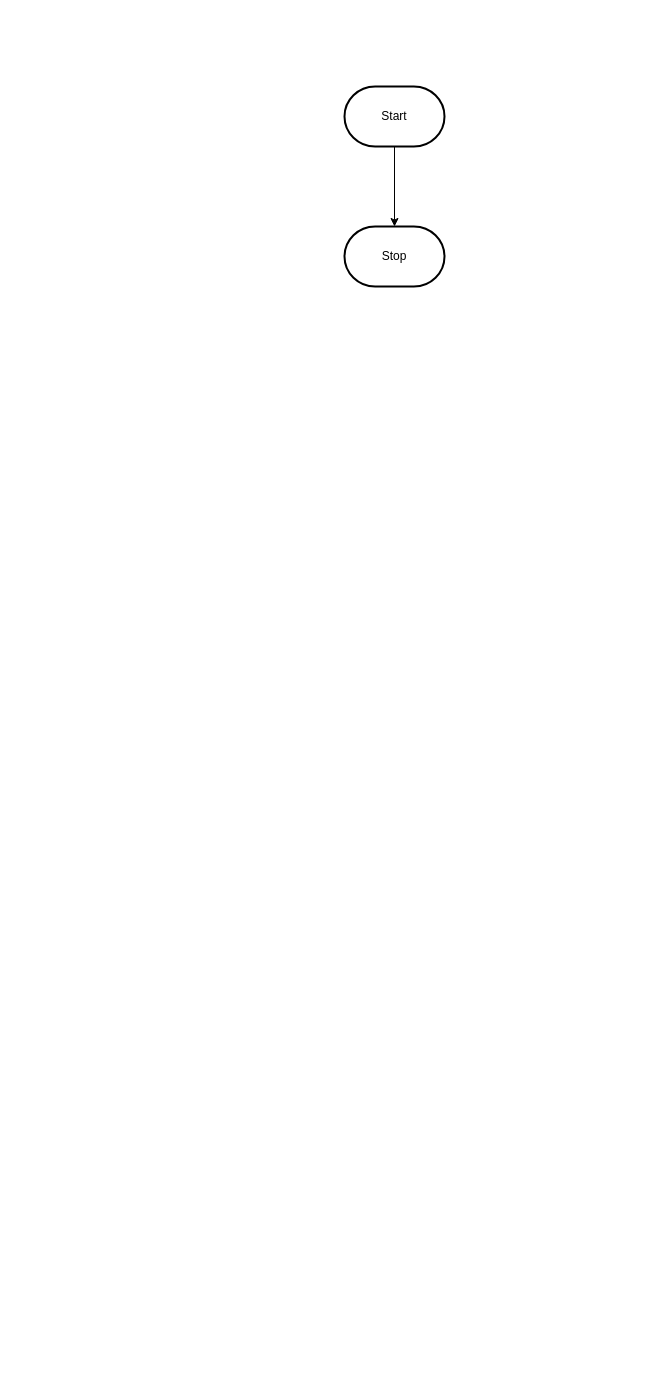
MTHS-TEJ2O-1-2023/TEJ2O-Unit-2-12-michael-bruneau keeps this draw.io diagram as design/flowchart.drawio. Above is the earlier version. Source tidied: cells renumbered, new cells numbered last; positions are measured from the earlier drawing's top-left corner, leaving out a move shared by most shapes. Both pictures are drawn from the tidied source at 100%, with x=0, y=0 at pixel (344, 86).
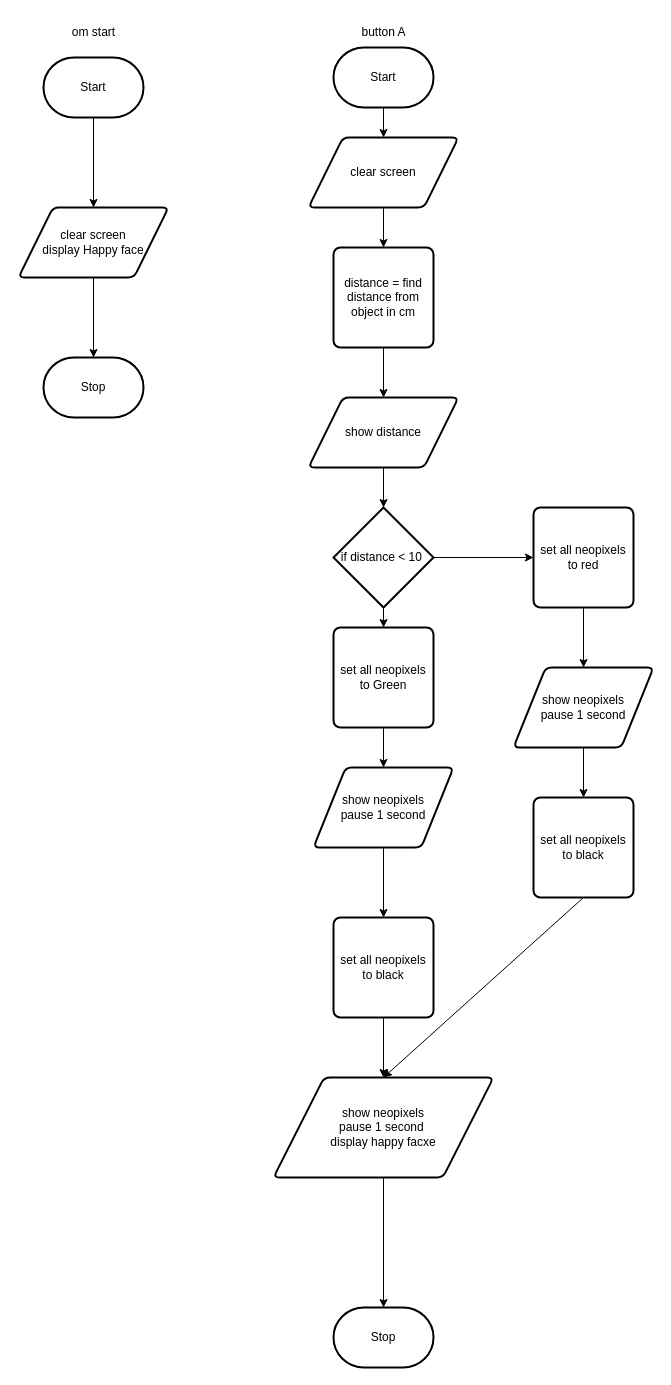
After the change.

The edit, as a diff of the source:
```diff
@@
-    <mxCell id="2" style="edgeStyle=orthogonalEdgeStyle;html=1;rounded=0;" parent="1" edge="1" source="3" target="4">
-      <mxGeometry relative="1" as="geometry" />
-    </mxCell>
+    <mxCell id="5" style="edgeStyle=none;html=1;exitX=0.5;exitY=1;exitDx=0;exitDy=0;exitPerimeter=0;" parent="1" edge="1" source="3" target="8">
+      <mxGeometry relative="1" as="geometry" />
+    </mxCell>
     <mxCell id="3" value="Start" style="strokeWidth=2;html=1;shape=mxgraph.flowchart.terminator;whiteSpace=wrap;" parent="1" vertex="1">
-      <mxGeometry width="100" height="60" as="geometry" />
+      <mxGeometry x="-301" y="-29" width="100" height="60" as="geometry" />
     </mxCell>
     <mxCell id="4" value="Stop" style="strokeWidth=2;html=1;shape=mxgraph.flowchart.terminator;whiteSpace=wrap;" parent="1" vertex="1">
-      <mxGeometry y="140" width="100" height="60" as="geometry" />
+      <mxGeometry x="-301" y="271" width="100" height="60" as="geometry" />
     </mxCell>
+    <mxCell id="6" value="om start" style="text;html=1;align=center;verticalAlign=middle;strokeColor=none;fillColor=none;" parent="1" vertex="1">
+      <mxGeometry x="-286" y="-69" width="70" height="30" as="geometry" />
+    </mxCell>
+    <mxCell id="7" style="edgeStyle=none;html=1;exitX=0.5;exitY=1;exitDx=0;exitDy=0;entryX=0.5;entryY=0;entryDx=0;entryDy=0;entryPerimeter=0;" parent="1" edge="1" source="8" target="4">
+      <mxGeometry relative="1" as="geometry" />
+    </mxCell>
+    <mxCell id="8" value="clear screen&lt;br&gt;display Happy face" style="shape=parallelogram;html=1;strokeWidth=2;perimeter=parallelogramPerimeter;whiteSpace=wrap;rounded=1;arcSize=12;size=0.23;" parent="1" vertex="1">
+      <mxGeometry x="-326" y="121" width="150" height="70" as="geometry" />
+    </mxCell>
+    <mxCell id="9" style="edgeStyle=none;html=1;exitX=0.5;exitY=1;exitDx=0;exitDy=0;exitPerimeter=0;" parent="1" edge="1" source="10" target="13">
+      <mxGeometry relative="1" as="geometry" />
+    </mxCell>
+    <mxCell id="10" value="Start" style="strokeWidth=2;html=1;shape=mxgraph.flowchart.terminator;whiteSpace=wrap;" parent="1" vertex="1">
+      <mxGeometry x="-11" y="-39" width="100" height="60" as="geometry" />
+    </mxCell>
+    <mxCell id="11" value="Stop" style="strokeWidth=2;html=1;shape=mxgraph.flowchart.terminator;whiteSpace=wrap;" parent="1" vertex="1">
+      <mxGeometry x="-11" y="1221" width="100" height="60" as="geometry" />
+    </mxCell>
+    <mxCell id="12" style="edgeStyle=none;html=1;exitX=0.5;exitY=1;exitDx=0;exitDy=0;" parent="1" edge="1" source="13" target="16">
+      <mxGeometry relative="1" as="geometry" />
+    </mxCell>
+    <mxCell id="13" value="clear screen" style="shape=parallelogram;html=1;strokeWidth=2;perimeter=parallelogramPerimeter;whiteSpace=wrap;rounded=1;arcSize=12;size=0.23;" parent="1" vertex="1">
+      <mxGeometry x="-36" y="51" width="150" height="70" as="geometry" />
+    </mxCell>
+    <mxCell id="14" value="button A" style="text;html=1;align=center;verticalAlign=middle;strokeColor=none;fillColor=none;" parent="1" vertex="1">
+      <mxGeometry x="4" y="-69" width="70" height="30" as="geometry" />
+    </mxCell>
+    <mxCell id="15" style="edgeStyle=none;html=1;exitX=0.5;exitY=1;exitDx=0;exitDy=0;" parent="1" edge="1" source="16" target="18">
+      <mxGeometry relative="1" as="geometry" />
+    </mxCell>
+    <mxCell id="16" value="distance = find distance from object in cm" style="rounded=1;whiteSpace=wrap;html=1;absoluteArcSize=1;arcSize=14;strokeWidth=2;" parent="1" vertex="1">
+      <mxGeometry x="-11" y="161" width="100" height="100" as="geometry" />
+    </mxCell>
+    <mxCell id="17" style="edgeStyle=none;html=1;exitX=0.5;exitY=1;exitDx=0;exitDy=0;" parent="1" edge="1" source="18" target="21">
+      <mxGeometry relative="1" as="geometry" />
+    </mxCell>
+    <mxCell id="18" value="show distance" style="shape=parallelogram;html=1;strokeWidth=2;perimeter=parallelogramPerimeter;whiteSpace=wrap;rounded=1;arcSize=12;size=0.23;" parent="1" vertex="1">
+      <mxGeometry x="-36" y="311" width="150" height="70" as="geometry" />
+    </mxCell>
+    <mxCell id="19" style="edgeStyle=none;html=1;exitX=0.5;exitY=1;exitDx=0;exitDy=0;exitPerimeter=0;" parent="1" edge="1" source="21" target="27">
+      <mxGeometry relative="1" as="geometry" />
+    </mxCell>
+    <mxCell id="20" style="edgeStyle=none;html=1;exitX=1;exitY=0.5;exitDx=0;exitDy=0;exitPerimeter=0;" parent="1" edge="1" source="21" target="23">
+      <mxGeometry relative="1" as="geometry" />
+    </mxCell>
+    <mxCell id="21" value="if distance &amp;lt; 10&amp;nbsp;" style="strokeWidth=2;html=1;shape=mxgraph.flowchart.decision;whiteSpace=wrap;" parent="1" vertex="1">
+      <mxGeometry x="-11" y="421" width="100" height="100" as="geometry" />
+    </mxCell>
+    <mxCell id="22" style="edgeStyle=none;html=1;" parent="1" edge="1" source="23" target="25">
+      <mxGeometry relative="1" as="geometry" />
+    </mxCell>
+    <mxCell id="23" value="set all neopixels to red" style="rounded=1;whiteSpace=wrap;html=1;absoluteArcSize=1;arcSize=14;strokeWidth=2;" parent="1" vertex="1">
+      <mxGeometry x="189" y="421" width="100" height="100" as="geometry" />
+    </mxCell>
+    <mxCell id="24" style="edgeStyle=none;html=1;exitX=0.5;exitY=1;exitDx=0;exitDy=0;" parent="1" edge="1" source="25" target="31">
+      <mxGeometry relative="1" as="geometry" />
+    </mxCell>
+    <mxCell id="25" value="show neopixels&lt;br&gt;pause 1 second" style="shape=parallelogram;html=1;strokeWidth=2;perimeter=parallelogramPerimeter;whiteSpace=wrap;rounded=1;arcSize=12;size=0.23;" parent="1" vertex="1">
+      <mxGeometry x="169" y="581" width="140" height="80" as="geometry" />
+    </mxCell>
+    <mxCell id="26" style="edgeStyle=none;html=1;exitX=0.5;exitY=1;exitDx=0;exitDy=0;entryX=0.5;entryY=0;entryDx=0;entryDy=0;" parent="1" edge="1" source="27" target="29">
+      <mxGeometry relative="1" as="geometry" />
+    </mxCell>
+    <mxCell id="27" value="set all neopixels to Green" style="rounded=1;whiteSpace=wrap;html=1;absoluteArcSize=1;arcSize=14;strokeWidth=2;" parent="1" vertex="1">
+      <mxGeometry x="-11" y="541" width="100" height="100" as="geometry" />
+    </mxCell>
+    <mxCell id="28" style="edgeStyle=none;html=1;exitX=0.5;exitY=1;exitDx=0;exitDy=0;" parent="1" edge="1" source="29" target="33">
+      <mxGeometry relative="1" as="geometry" />
+    </mxCell>
+    <mxCell id="29" value="show neopixels&lt;br&gt;pause 1 second" style="shape=parallelogram;html=1;strokeWidth=2;perimeter=parallelogramPerimeter;whiteSpace=wrap;rounded=1;arcSize=12;size=0.23;" parent="1" vertex="1">
+      <mxGeometry x="-31" y="681" width="140" height="80" as="geometry" />
+    </mxCell>
+    <mxCell id="30" style="edgeStyle=none;html=1;exitX=0.5;exitY=1;exitDx=0;exitDy=0;entryX=0.5;entryY=0;entryDx=0;entryDy=0;" parent="1" edge="1" source="31" target="35">
+      <mxGeometry relative="1" as="geometry" />
+    </mxCell>
+    <mxCell id="31" value="set all neopixels to black" style="rounded=1;whiteSpace=wrap;html=1;absoluteArcSize=1;arcSize=14;strokeWidth=2;" parent="1" vertex="1">
+      <mxGeometry x="189" y="711" width="100" height="100" as="geometry" />
+    </mxCell>
+    <mxCell id="32" style="edgeStyle=none;html=1;exitX=0.5;exitY=1;exitDx=0;exitDy=0;entryX=0.5;entryY=0;entryDx=0;entryDy=0;" parent="1" edge="1" source="33" target="35">
+      <mxGeometry relative="1" as="geometry" />
+    </mxCell>
+    <mxCell id="33" value="set all neopixels to black" style="rounded=1;whiteSpace=wrap;html=1;absoluteArcSize=1;arcSize=14;strokeWidth=2;" parent="1" vertex="1">
+      <mxGeometry x="-11" y="831" width="100" height="100" as="geometry" />
+    </mxCell>
+    <mxCell id="34" style="edgeStyle=none;html=1;exitX=0.5;exitY=1;exitDx=0;exitDy=0;entryX=0.5;entryY=0;entryDx=0;entryDy=0;entryPerimeter=0;" parent="1" edge="1" source="35" target="11">
+      <mxGeometry relative="1" as="geometry" />
+    </mxCell>
+    <mxCell id="35" value="show neopixels&lt;br&gt;pause 1 second&amp;nbsp;&lt;br&gt;display happy facxe" style="shape=parallelogram;html=1;strokeWidth=2;perimeter=parallelogramPerimeter;whiteSpace=wrap;rounded=1;arcSize=12;size=0.23;" parent="1" vertex="1">
+      <mxGeometry x="-71" y="991" width="220" height="100" as="geometry" />
+    </mxCell>
```
